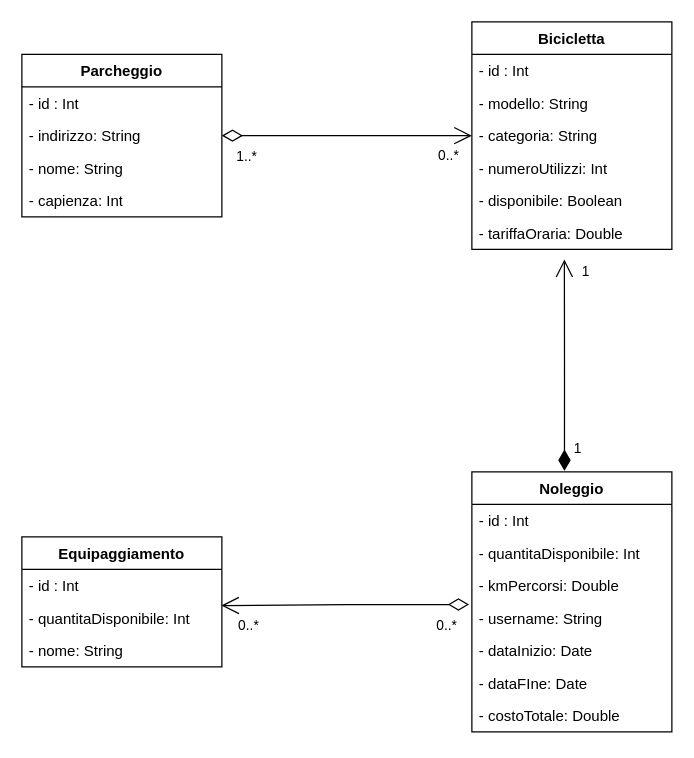
The draw.io diagram docs/BikeRent.drawio in antoSWN/BikeRent, before the edit. Source tidied: cells renumbered, new cells numbered last; positions are measured from the earlier drawing's top-left corner, leaving out a move shared by most shapes. Both pictures are drawn from the tidied source at 125%, with x=0, y=0 at pixel (21, 21).
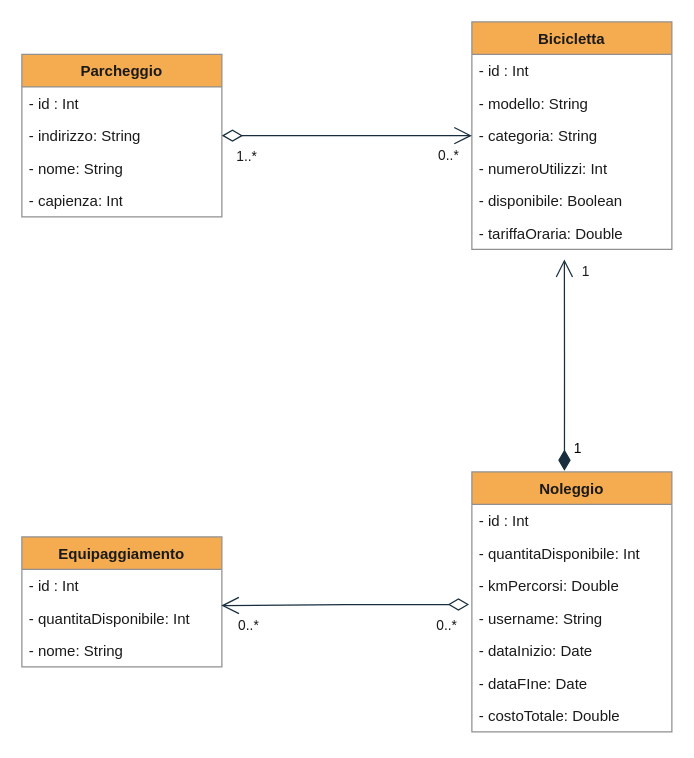
After the change.

Change to the diagram source:
```diff
@@
-    <mxCell id="2" value="Parcheggio" style="swimlane;fontStyle=1;align=center;verticalAlign=top;horizontal=1;startSize=26;whiteSpace=wrap;html=1;" parent="1" vertex="1">
+    <mxCell id="2" value="Parcheggio" style="swimlane;fontStyle=1;align=center;verticalAlign=top;horizontal=1;startSize=26;whiteSpace=wrap;html=1;labelBackgroundColor=none;fillColor=#F5AB50;strokeColor=#909090;fontColor=#1A1A1A;" parent="1" vertex="1">
       <mxGeometry y="26" width="160" height="130" as="geometry" />
     </mxCell>
-    <mxCell id="3" value="- id : Int" style="text;strokeColor=none;fillColor=none;align=left;verticalAlign=top;spacingLeft=4;spacingRight=4;overflow=hidden;whiteSpace=wrap;html=1;" parent="2" vertex="1">
+    <mxCell id="3" value="- id : Int" style="text;strokeColor=none;fillColor=none;align=left;verticalAlign=top;spacingLeft=4;spacingRight=4;overflow=hidden;whiteSpace=wrap;html=1;labelBackgroundColor=none;fontColor=#1A1A1A;" parent="2" vertex="1">
       <mxGeometry y="26" width="160" height="26" as="geometry" />
     </mxCell>
-    <mxCell id="4" value="- indirizzo: String" style="text;strokeColor=none;fillColor=none;align=left;verticalAlign=top;spacingLeft=4;spacingRight=4;overflow=hidden;points=[[0,0.5],[1,0.5]];portConstraint=eastwest;whiteSpace=wrap;html=1;" parent="2" vertex="1">
+    <mxCell id="4" value="- indirizzo: String" style="text;strokeColor=none;fillColor=none;align=left;verticalAlign=top;spacingLeft=4;spacingRight=4;overflow=hidden;points=[[0,0.5],[1,0.5]];portConstraint=eastwest;whiteSpace=wrap;html=1;labelBackgroundColor=none;fontColor=#1A1A1A;" parent="2" vertex="1">
       <mxGeometry y="52" width="160" height="26" as="geometry" />
     </mxCell>
-    <mxCell id="5" value="- nome: String" style="text;strokeColor=none;fillColor=none;align=left;verticalAlign=top;spacingLeft=4;spacingRight=4;overflow=hidden;whiteSpace=wrap;html=1;" parent="2" vertex="1">
+    <mxCell id="5" value="- nome: String" style="text;strokeColor=none;fillColor=none;align=left;verticalAlign=top;spacingLeft=4;spacingRight=4;overflow=hidden;whiteSpace=wrap;html=1;labelBackgroundColor=none;fontColor=#1A1A1A;" parent="2" vertex="1">
       <mxGeometry y="78" width="160" height="26" as="geometry" />
     </mxCell>
-    <mxCell id="6" value="- capienza: Int" style="text;strokeColor=none;fillColor=none;align=left;verticalAlign=top;spacingLeft=4;spacingRight=4;overflow=hidden;whiteSpace=wrap;html=1;" parent="2" vertex="1">
+    <mxCell id="6" value="- capienza: Int" style="text;strokeColor=none;fillColor=none;align=left;verticalAlign=top;spacingLeft=4;spacingRight=4;overflow=hidden;whiteSpace=wrap;html=1;labelBackgroundColor=none;fontColor=#1A1A1A;" parent="2" vertex="1">
       <mxGeometry y="104" width="160" height="26" as="geometry" />
     </mxCell>
-    <mxCell id="7" value="Bicicletta" style="swimlane;fontStyle=1;align=center;verticalAlign=top;horizontal=1;startSize=26;whiteSpace=wrap;html=1;" parent="1" vertex="1">
+    <mxCell id="7" value="Bicicletta" style="swimlane;fontStyle=1;align=center;verticalAlign=top;horizontal=1;startSize=26;whiteSpace=wrap;html=1;labelBackgroundColor=none;fillColor=#F5AB50;strokeColor=#909090;fontColor=#1A1A1A;" parent="1" vertex="1">
       <mxGeometry x="360" width="160" height="182" as="geometry" />
     </mxCell>
-    <mxCell id="8" value="- id : Int" style="text;strokeColor=none;fillColor=none;align=left;verticalAlign=top;spacingLeft=4;spacingRight=4;overflow=hidden;whiteSpace=wrap;html=1;" parent="7" vertex="1">
+    <mxCell id="8" value="- id : Int" style="text;strokeColor=none;fillColor=none;align=left;verticalAlign=top;spacingLeft=4;spacingRight=4;overflow=hidden;whiteSpace=wrap;html=1;labelBackgroundColor=none;fontColor=#1A1A1A;" parent="7" vertex="1">
       <mxGeometry y="26" width="160" height="26" as="geometry" />
     </mxCell>
-    <mxCell id="9" value="- modello: String" style="text;strokeColor=none;fillColor=none;align=left;verticalAlign=top;spacingLeft=4;spacingRight=4;overflow=hidden;whiteSpace=wrap;html=1;" parent="7" vertex="1">
+    <mxCell id="9" value="- modello: String" style="text;strokeColor=none;fillColor=none;align=left;verticalAlign=top;spacingLeft=4;spacingRight=4;overflow=hidden;whiteSpace=wrap;html=1;labelBackgroundColor=none;fontColor=#1A1A1A;" parent="7" vertex="1">
       <mxGeometry y="52" width="160" height="26" as="geometry" />
     </mxCell>
-    <mxCell id="10" value="- categoria: String" style="text;strokeColor=none;fillColor=none;align=left;verticalAlign=top;spacingLeft=4;spacingRight=4;overflow=hidden;points=[[0,0.5],[1,0.5]];portConstraint=eastwest;whiteSpace=wrap;html=1;" parent="7" vertex="1">
+    <mxCell id="10" value="- categoria: String" style="text;strokeColor=none;fillColor=none;align=left;verticalAlign=top;spacingLeft=4;spacingRight=4;overflow=hidden;points=[[0,0.5],[1,0.5]];portConstraint=eastwest;whiteSpace=wrap;html=1;labelBackgroundColor=none;fontColor=#1A1A1A;" parent="7" vertex="1">
       <mxGeometry y="78" width="160" height="26" as="geometry" />
     </mxCell>
-    <mxCell id="11" value="- numeroUtilizzi: Int" style="text;strokeColor=none;fillColor=none;align=left;verticalAlign=top;spacingLeft=4;spacingRight=4;overflow=hidden;whiteSpace=wrap;html=1;" parent="7" vertex="1">
+    <mxCell id="11" value="- numeroUtilizzi: Int" style="text;strokeColor=none;fillColor=none;align=left;verticalAlign=top;spacingLeft=4;spacingRight=4;overflow=hidden;whiteSpace=wrap;html=1;labelBackgroundColor=none;fontColor=#1A1A1A;" parent="7" vertex="1">
       <mxGeometry y="104" width="160" height="26" as="geometry" />
     </mxCell>
-    <mxCell id="12" value="- disponibile: Boolean" style="text;strokeColor=none;fillColor=none;align=left;verticalAlign=top;spacingLeft=4;spacingRight=4;overflow=hidden;whiteSpace=wrap;html=1;" parent="7" vertex="1">
+    <mxCell id="12" value="- disponibile: Boolean" style="text;strokeColor=none;fillColor=none;align=left;verticalAlign=top;spacingLeft=4;spacingRight=4;overflow=hidden;whiteSpace=wrap;html=1;labelBackgroundColor=none;fontColor=#1A1A1A;" parent="7" vertex="1">
       <mxGeometry y="130" width="160" height="26" as="geometry" />
     </mxCell>
-    <mxCell id="13" value="- tariffaOraria: Double" style="text;strokeColor=none;fillColor=none;align=left;verticalAlign=top;spacingLeft=4;spacingRight=4;overflow=hidden;whiteSpace=wrap;html=1;" parent="7" vertex="1">
+    <mxCell id="13" value="- tariffaOraria: Double" style="text;strokeColor=none;fillColor=none;align=left;verticalAlign=top;spacingLeft=4;spacingRight=4;overflow=hidden;whiteSpace=wrap;html=1;labelBackgroundColor=none;fontColor=#1A1A1A;" parent="7" vertex="1">
       <mxGeometry y="156" width="160" height="26" as="geometry" />
     </mxCell>
-    <mxCell id="14" value="Equipaggiamento" style="swimlane;fontStyle=1;align=center;verticalAlign=top;horizontal=1;startSize=26;whiteSpace=wrap;html=1;" parent="1" vertex="1">
+    <mxCell id="14" value="Equipaggiamento" style="swimlane;fontStyle=1;align=center;verticalAlign=top;horizontal=1;startSize=26;whiteSpace=wrap;html=1;labelBackgroundColor=none;fillColor=#F5AB50;strokeColor=#909090;fontColor=#1A1A1A;" parent="1" vertex="1">
       <mxGeometry y="412" width="160" height="104" as="geometry" />
     </mxCell>
-    <mxCell id="15" value="- id : Int" style="text;strokeColor=none;fillColor=none;align=left;verticalAlign=top;spacingLeft=4;spacingRight=4;overflow=hidden;whiteSpace=wrap;html=1;" parent="14" vertex="1">
+    <mxCell id="15" value="- id : Int" style="text;strokeColor=none;fillColor=none;align=left;verticalAlign=top;spacingLeft=4;spacingRight=4;overflow=hidden;whiteSpace=wrap;html=1;labelBackgroundColor=none;fontColor=#1A1A1A;" parent="14" vertex="1">
       <mxGeometry y="26" width="160" height="26" as="geometry" />
     </mxCell>
-    <mxCell id="16" value="- quantitaDisponibile: Int" style="text;strokeColor=none;fillColor=none;align=left;verticalAlign=top;spacingLeft=4;spacingRight=4;overflow=hidden;points=[[0,0.5],[1,0.5]];portConstraint=eastwest;whiteSpace=wrap;html=1;" parent="14" vertex="1">
+    <mxCell id="16" value="- quantitaDisponibile: Int" style="text;strokeColor=none;fillColor=none;align=left;verticalAlign=top;spacingLeft=4;spacingRight=4;overflow=hidden;points=[[0,0.5],[1,0.5]];portConstraint=eastwest;whiteSpace=wrap;html=1;labelBackgroundColor=none;fontColor=#1A1A1A;" parent="14" vertex="1">
       <mxGeometry y="52" width="160" height="26" as="geometry" />
     </mxCell>
-    <mxCell id="17" value="- nome: String" style="text;strokeColor=none;fillColor=none;align=left;verticalAlign=top;spacingLeft=4;spacingRight=4;overflow=hidden;whiteSpace=wrap;html=1;" parent="14" vertex="1">
+    <mxCell id="17" value="- nome: String" style="text;strokeColor=none;fillColor=none;align=left;verticalAlign=top;spacingLeft=4;spacingRight=4;overflow=hidden;whiteSpace=wrap;html=1;labelBackgroundColor=none;fontColor=#1A1A1A;" parent="14" vertex="1">
       <mxGeometry y="78" width="160" height="26" as="geometry" />
     </mxCell>
-    <mxCell id="18" value="Noleggio" style="swimlane;fontStyle=1;align=center;verticalAlign=top;horizontal=1;startSize=26;whiteSpace=wrap;html=1;" parent="1" vertex="1">
+    <mxCell id="18" value="Noleggio" style="swimlane;fontStyle=1;align=center;verticalAlign=top;horizontal=1;startSize=26;whiteSpace=wrap;html=1;labelBackgroundColor=none;fillColor=#F5AB50;strokeColor=#909090;fontColor=#1A1A1A;" parent="1" vertex="1">
       <mxGeometry x="360" y="360" width="160" height="208" as="geometry" />
     </mxCell>
-    <mxCell id="19" value="- id : Int" style="text;strokeColor=none;fillColor=none;align=left;verticalAlign=top;spacingLeft=4;spacingRight=4;overflow=hidden;whiteSpace=wrap;html=1;" parent="18" vertex="1">
+    <mxCell id="19" value="- id : Int" style="text;strokeColor=none;fillColor=none;align=left;verticalAlign=top;spacingLeft=4;spacingRight=4;overflow=hidden;whiteSpace=wrap;html=1;labelBackgroundColor=none;fontColor=#1A1A1A;" parent="18" vertex="1">
       <mxGeometry y="26" width="160" height="26" as="geometry" />
     </mxCell>
-    <mxCell id="20" value="- quantitaDisponibile: Int" style="text;strokeColor=none;fillColor=none;align=left;verticalAlign=top;spacingLeft=4;spacingRight=4;overflow=hidden;whiteSpace=wrap;html=1;" parent="18" vertex="1">
+    <mxCell id="20" value="- quantitaDisponibile: Int" style="text;strokeColor=none;fillColor=none;align=left;verticalAlign=top;spacingLeft=4;spacingRight=4;overflow=hidden;whiteSpace=wrap;html=1;labelBackgroundColor=none;fontColor=#1A1A1A;" parent="18" vertex="1">
       <mxGeometry y="52" width="160" height="26" as="geometry" />
     </mxCell>
-    <mxCell id="21" value="- kmPercorsi: Double" style="text;strokeColor=none;fillColor=none;align=left;verticalAlign=top;spacingLeft=4;spacingRight=4;overflow=hidden;whiteSpace=wrap;html=1;" parent="18" vertex="1">
+    <mxCell id="21" value="- kmPercorsi: Double" style="text;strokeColor=none;fillColor=none;align=left;verticalAlign=top;spacingLeft=4;spacingRight=4;overflow=hidden;whiteSpace=wrap;html=1;labelBackgroundColor=none;fontColor=#1A1A1A;" parent="18" vertex="1">
       <mxGeometry y="78" width="160" height="26" as="geometry" />
     </mxCell>
-    <mxCell id="22" value="- username: String" style="text;strokeColor=none;fillColor=none;align=left;verticalAlign=top;spacingLeft=4;spacingRight=4;overflow=hidden;points=[[0,0.5],[1,0.5]];portConstraint=eastwest;whiteSpace=wrap;html=1;" parent="18" vertex="1">
+    <mxCell id="22" value="- username: String" style="text;strokeColor=none;fillColor=none;align=left;verticalAlign=top;spacingLeft=4;spacingRight=4;overflow=hidden;points=[[0,0.5],[1,0.5]];portConstraint=eastwest;whiteSpace=wrap;html=1;labelBackgroundColor=none;fontColor=#1A1A1A;" parent="18" vertex="1">
       <mxGeometry y="104" width="160" height="26" as="geometry" />
     </mxCell>
-    <mxCell id="23" value="- dataInizio: Date" style="text;strokeColor=none;fillColor=none;align=left;verticalAlign=top;spacingLeft=4;spacingRight=4;overflow=hidden;whiteSpace=wrap;html=1;" parent="18" vertex="1">
+    <mxCell id="23" value="- dataInizio: Date" style="text;strokeColor=none;fillColor=none;align=left;verticalAlign=top;spacingLeft=4;spacingRight=4;overflow=hidden;whiteSpace=wrap;html=1;labelBackgroundColor=none;fontColor=#1A1A1A;" parent="18" vertex="1">
       <mxGeometry y="130" width="160" height="26" as="geometry" />
     </mxCell>
-    <mxCell id="24" value="- dataFIne: Date" style="text;strokeColor=none;fillColor=none;align=left;verticalAlign=top;spacingLeft=4;spacingRight=4;overflow=hidden;whiteSpace=wrap;html=1;" parent="18" vertex="1">
+    <mxCell id="24" value="- dataFIne: Date" style="text;strokeColor=none;fillColor=none;align=left;verticalAlign=top;spacingLeft=4;spacingRight=4;overflow=hidden;whiteSpace=wrap;html=1;labelBackgroundColor=none;fontColor=#1A1A1A;" parent="18" vertex="1">
       <mxGeometry y="156" width="160" height="26" as="geometry" />
     </mxCell>
-    <mxCell id="25" value="- costoTotale: Double" style="text;strokeColor=none;fillColor=none;align=left;verticalAlign=top;spacingLeft=4;spacingRight=4;overflow=hidden;whiteSpace=wrap;html=1;" parent="18" vertex="1">
+    <mxCell id="25" value="- costoTotale: Double" style="text;strokeColor=none;fillColor=none;align=left;verticalAlign=top;spacingLeft=4;spacingRight=4;overflow=hidden;whiteSpace=wrap;html=1;labelBackgroundColor=none;fontColor=#1A1A1A;" parent="18" vertex="1">
       <mxGeometry y="182" width="160" height="26" as="geometry" />
     </mxCell>
-    <mxCell id="26" style="endArrow=open;html=1;endSize=12;startArrow=diamondThin;startSize=14;startFill=0;edgeStyle=orthogonalEdgeStyle;rounded=0;entryX=0.997;entryY=0.115;entryDx=0;entryDy=0;entryPerimeter=0;exitX=-0.014;exitY=0.083;exitDx=0;exitDy=0;exitPerimeter=0;" parent="1" edge="1" source="22" target="16">
+    <mxCell id="26" style="endArrow=open;html=1;endSize=12;startArrow=diamondThin;startSize=14;startFill=0;edgeStyle=orthogonalEdgeStyle;rounded=0;entryX=0.997;entryY=0.115;entryDx=0;entryDy=0;entryPerimeter=0;exitX=-0.014;exitY=0.083;exitDx=0;exitDy=0;exitPerimeter=0;labelBackgroundColor=none;fontColor=default;strokeColor=#182E3E;" parent="1" edge="1" source="22" target="16">
       <mxGeometry relative="1" as="geometry" />
     </mxCell>
-    <mxCell id="27" value="0..*" style="edgeLabel;html=1;align=left;verticalAlign=top;" parent="26" vertex="1">
+    <mxCell id="27" value="0..*" style="edgeLabel;html=1;align=left;verticalAlign=top;labelBackgroundColor=none;fontColor=#1A1A1A;" parent="26" vertex="1">
       <mxGeometry x="-1" relative="1" as="geometry">
         <mxPoint x="-28" y="4" as="offset" />
       </mxGeometry>
     </mxCell>
-    <mxCell id="28" value="0..*" style="edgeLabel;html=1;align=right;verticalAlign=top;" parent="26" vertex="1">
+    <mxCell id="28" value="0..*" style="edgeLabel;html=1;align=right;verticalAlign=top;labelBackgroundColor=none;fontColor=#1A1A1A;" parent="26" vertex="1">
       <mxGeometry x="1" relative="1" as="geometry">
         <mxPoint x="30" y="3" as="offset" />
       </mxGeometry>
     </mxCell>
-    <mxCell id="29" style="endArrow=open;html=1;endSize=12;startArrow=diamondThin;startSize=14;startFill=0;edgeStyle=orthogonalEdgeStyle;rounded=0;entryX=0;entryY=0.5;entryDx=0;entryDy=0;exitX=1;exitY=0.5;exitDx=0;exitDy=0;" parent="1" edge="1" source="4" target="10">
+    <mxCell id="29" style="endArrow=open;html=1;endSize=12;startArrow=diamondThin;startSize=14;startFill=0;edgeStyle=orthogonalEdgeStyle;rounded=0;entryX=0;entryY=0.5;entryDx=0;entryDy=0;exitX=1;exitY=0.5;exitDx=0;exitDy=0;labelBackgroundColor=none;fontColor=default;strokeColor=#182E3E;" parent="1" edge="1" source="4" target="10">
       <mxGeometry relative="1" as="geometry" />
     </mxCell>
-    <mxCell id="30" value="1..*" style="edgeLabel;html=1;align=left;verticalAlign=top;" parent="29" vertex="1">
+    <mxCell id="30" value="1..*" style="edgeLabel;html=1;align=left;verticalAlign=top;labelBackgroundColor=none;fontColor=#1A1A1A;" parent="29" vertex="1">
       <mxGeometry x="-1" relative="1" as="geometry">
         <mxPoint x="10" y="4" as="offset" />
       </mxGeometry>
     </mxCell>
-    <mxCell id="31" value="0..*" style="edgeLabel;html=1;align=right;verticalAlign=top;" parent="29" vertex="1">
+    <mxCell id="31" value="0..*" style="edgeLabel;html=1;align=right;verticalAlign=top;labelBackgroundColor=none;fontColor=#1A1A1A;" parent="29" vertex="1">
       <mxGeometry x="1" relative="1" as="geometry">
         <mxPoint x="-10" y="3" as="offset" />
       </mxGeometry>
     </mxCell>
-    <mxCell id="32" value="1" style="endArrow=open;html=1;endSize=12;startArrow=diamondThin;startSize=14;startFill=1;edgeStyle=orthogonalEdgeStyle;align=left;verticalAlign=bottom;rounded=0;exitX=0.463;exitY=-0.004;exitDx=0;exitDy=0;exitPerimeter=0;" parent="1" edge="1" source="18">
+    <mxCell id="32" value="1" style="endArrow=open;html=1;endSize=12;startArrow=diamondThin;startSize=14;startFill=1;edgeStyle=orthogonalEdgeStyle;align=left;verticalAlign=bottom;rounded=0;exitX=0.463;exitY=-0.004;exitDx=0;exitDy=0;exitPerimeter=0;labelBackgroundColor=none;fontColor=default;strokeColor=#182E3E;" parent="1" edge="1" source="18">
       <mxGeometry x="-0.89" y="-6" relative="1" as="geometry">
         <mxPoint x="434" y="190" as="targetPoint" />
       </mxGeometry>
     </mxCell>
-    <mxCell id="33" value="1" style="edgeLabel;html=1;align=center;verticalAlign=middle;" parent="32" vertex="1">
+    <mxCell id="33" value="1" style="edgeLabel;html=1;align=center;verticalAlign=middle;labelBackgroundColor=none;fontColor=#1A1A1A;" parent="32" vertex="1">
       <mxGeometry x="0.52" y="-4" relative="1" as="geometry">
         <mxPoint x="12" y="-31" as="offset" />
       </mxGeometry>
     </mxCell>
```
